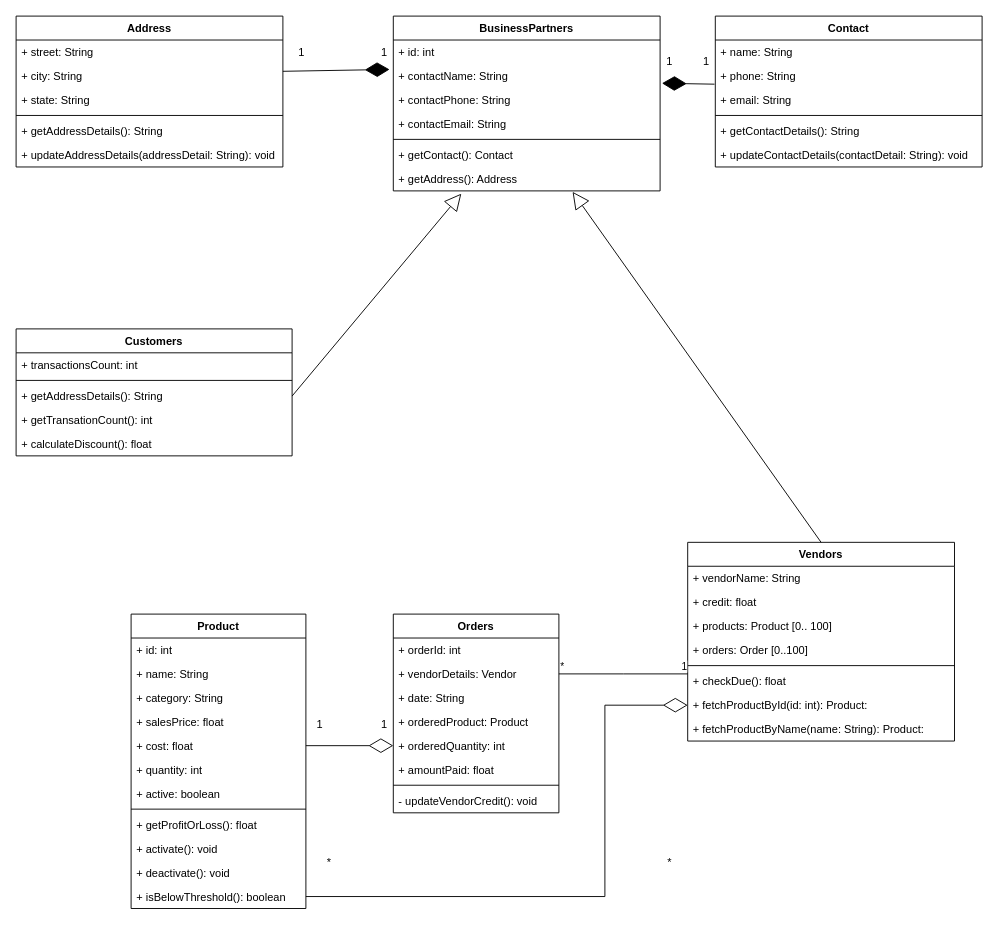
Earlier version of the draw.io diagram Untitled Diagram.drawio (Shailabh04/Shailabh04). Source tidied: cells renumbered, new cells numbered last; positions are measured from the earlier drawing's top-left corner, leaving out a move shared by most shapes. Both pictures are drawn from the tidied source at 92%, with x=0, y=0 at pixel (16, 16).
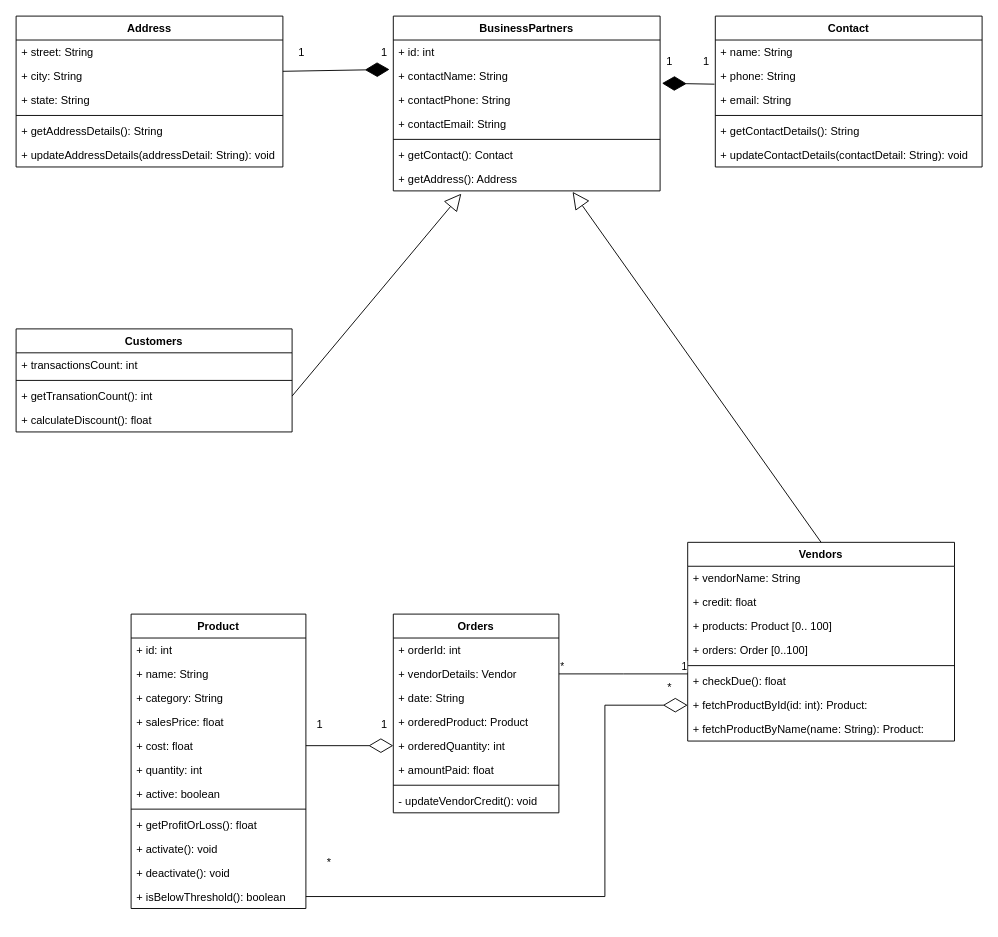
The same diagram, later.

The change refers to these unchanged cells:
```xml
<mxCell id="53" value="+ getAddress(): Address" style="text;strokeColor=none;fillColor=none;align=left;verticalAlign=top;spacingLeft=4;spacingRight=4;overflow=hidden;points=[[0,0.5],[1,0.5]];portConstraint=eastwest;" parent="46" vertex="1">
  <mxGeometry y="164" width="290" height="26" as="geometry" />
</mxCell>
```

Diff of the diagram source:
```diff
@@
     <mxCell id="2" value="Customers" style="swimlane;fontStyle=1;align=center;verticalAlign=top;horizontal=1;startSize=26;" parent="1" vertex="1">
-      <mxGeometry y="340" width="300" height="138" as="geometry" />
+      <mxGeometry y="340" width="300" height="112" as="geometry" />
     </mxCell>
@@
-    <mxCell id="5" value="+ getAddressDetails(): String&#10;" style="text;strokeColor=none;fillColor=none;align=left;verticalAlign=top;spacingLeft=4;spacingRight=4;overflow=hidden;points=[[0,0.5],[1,0.5]];portConstraint=eastwest;" parent="2" vertex="1">
-      <mxGeometry y="60" width="300" height="26" as="geometry" />
-    </mxCell>
     <mxCell id="6" value="+ getTransationCount(): int" style="text;strokeColor=none;fillColor=none;align=left;verticalAlign=top;spacingLeft=4;spacingRight=4;overflow=hidden;" parent="2" vertex="1">
-      <mxGeometry y="86" width="300" height="26" as="geometry" />
+      <mxGeometry y="60" width="300" height="26" as="geometry" />
     </mxCell>
     <mxCell id="7" value="+ calculateDiscount(): float" style="text;strokeColor=none;fillColor=none;align=left;verticalAlign=top;spacingLeft=4;spacingRight=4;overflow=hidden;" parent="2" vertex="1">
-      <mxGeometry y="112" width="300" height="26" as="geometry" />
+      <mxGeometry y="86" width="300" height="26" as="geometry" />
     </mxCell>
@@
     <mxCell id="45" value="*" style="text;html=1;align=center;verticalAlign=middle;strokeColor=none;fillColor=none;" parent="1" vertex="1">
-      <mxGeometry x="700" y="910" width="20" height="20" as="geometry" />
+      <mxGeometry x="700" y="720" width="20" height="20" as="geometry" />
     </mxCell>
@@
-    <mxCell id="54" style="endArrow=block;endSize=16;endFill=0;html=1;rounded=0;entryX=0.255;entryY=1.115;entryDx=0;entryDy=0;entryPerimeter=0;exitX=1;exitY=0.5;exitDx=0;exitDy=0;" parent="1" edge="1" source="5" target="53">
-      <mxGeometry x="0.12" y="60" relative="1" as="geometry" />
+    <mxCell id="54" style="endArrow=block;endSize=16;endFill=0;html=1;rounded=0;entryX=0.255;entryY=1.115;entryDx=0;entryDy=0;entryPerimeter=0;exitX=1;exitY=0.5;exitDx=0;exitDy=0;" parent="1" edge="1" target="53">
+      <mxGeometry x="0.12" y="60" relative="1" as="geometry">
+        <mxPoint x="300" y="413" as="sourcePoint" />
+      </mxGeometry>
     </mxCell>
```
